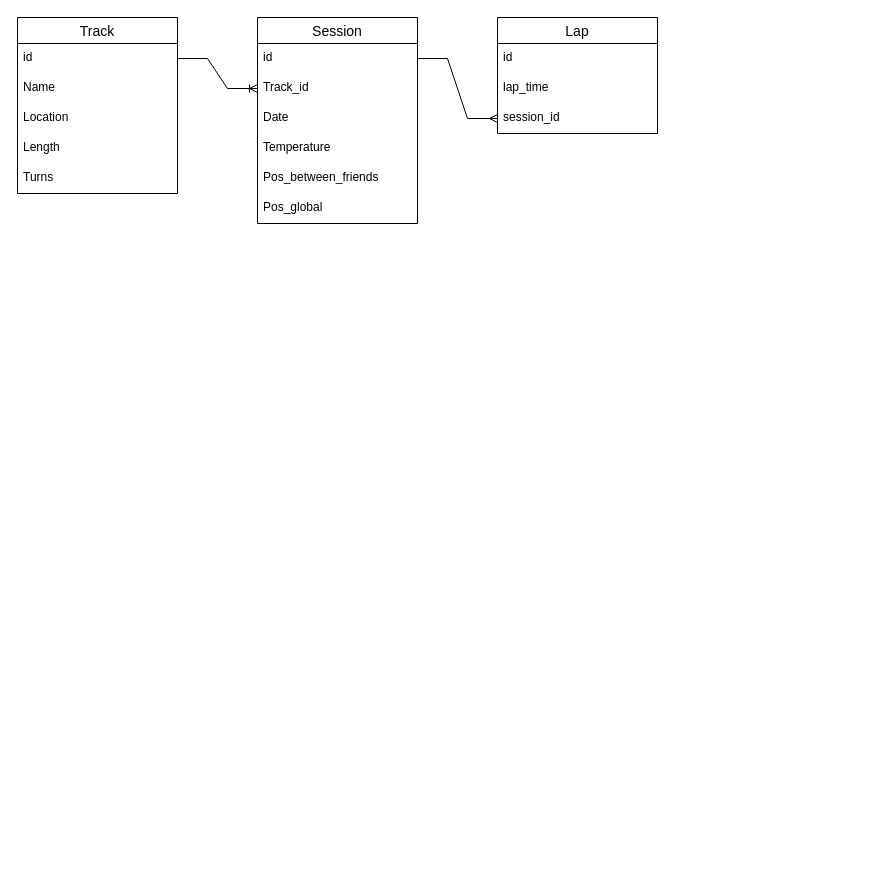
Above: Esquemas/tablas.drawio in AlanLlorente/karting_stats (draw.io), before the change. Source tidied: cells renumbered, new cells numbered last; positions are measured from the earlier drawing's top-left corner, leaving out a move shared by most shapes. Both pictures are drawn from the tidied source at 100%, with x=0, y=0 at pixel (17, 17).
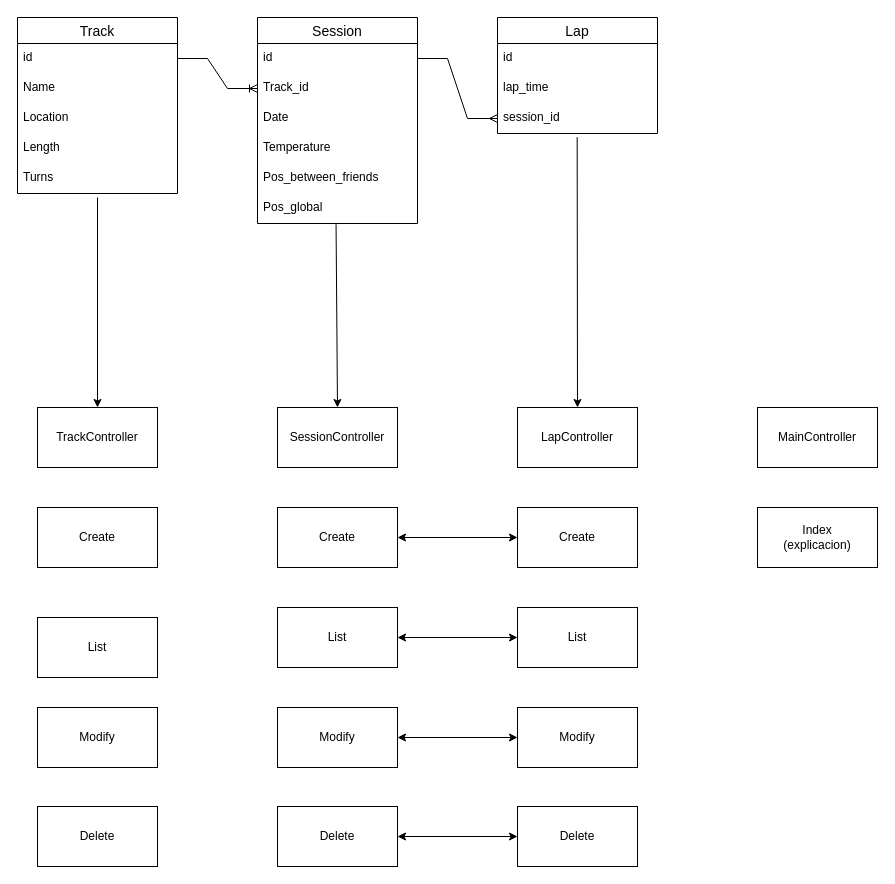
After the change.

Unchanged cells that the change refers to:
```xml
<mxCell id="14" value="Pos_global" style="text;strokeColor=none;fillColor=none;spacingLeft=4;spacingRight=4;overflow=hidden;points=[[0,0.5],[1,0.5]];portConstraint=eastwest;fontSize=12;" parent="8" vertex="1">
  <mxGeometry y="176" width="160" height="30" as="geometry" />
</mxCell>
<mxCell id="19" value="session_id" style="text;strokeColor=none;fillColor=none;spacingLeft=4;spacingRight=4;overflow=hidden;points=[[0,0.5],[1,0.5]];portConstraint=eastwest;fontSize=12;" parent="16" vertex="1">
  <mxGeometry y="86" width="160" height="30" as="geometry" />
</mxCell>
```

The edit, as a diff of the source:
```diff
@@
+    <mxCell id="21" style="endArrow=classic;html=1;rounded=0;" parent="1" edge="1" target="22">
+      <mxGeometry relative="1" as="geometry">
+        <mxPoint x="80" y="180" as="sourcePoint" />
+      </mxGeometry>
+    </mxCell>
+    <mxCell id="22" value="TrackController" style="rounded=0;whiteSpace=wrap;html=1;" parent="1" vertex="1">
+      <mxGeometry x="20" y="390" width="120" height="60" as="geometry" />
+    </mxCell>
+    <mxCell id="23" style="endArrow=classic;html=1;rounded=0;exitX=0.491;exitY=1.025;exitDx=0;exitDy=0;exitPerimeter=0;entryX=0.5;entryY=0;entryDx=0;entryDy=0;" parent="1" edge="1" source="14" target="24">
+      <mxGeometry relative="1" as="geometry" />
+    </mxCell>
+    <mxCell id="24" value="SessionController" style="rounded=0;whiteSpace=wrap;html=1;" parent="1" vertex="1">
+      <mxGeometry x="260" y="390" width="120" height="60" as="geometry" />
+    </mxCell>
+    <mxCell id="25" style="endArrow=classic;html=1;rounded=0;exitX=0.498;exitY=1.124;exitDx=0;exitDy=0;exitPerimeter=0;entryX=0.5;entryY=0;entryDx=0;entryDy=0;" parent="1" edge="1" source="19" target="26">
+      <mxGeometry relative="1" as="geometry" />
+    </mxCell>
+    <mxCell id="26" value="LapController" style="rounded=0;whiteSpace=wrap;html=1;" parent="1" vertex="1">
+      <mxGeometry x="500" y="390" width="120" height="60" as="geometry" />
+    </mxCell>
+    <mxCell id="27" value="MainController" style="rounded=0;whiteSpace=wrap;html=1;" parent="1" vertex="1">
+      <mxGeometry x="740" y="390" width="120" height="60" as="geometry" />
+    </mxCell>
+    <mxCell id="28" value="Index&lt;br&gt;(explicacion)" style="rounded=0;whiteSpace=wrap;html=1;" parent="1" vertex="1">
+      <mxGeometry x="740" y="490" width="120" height="60" as="geometry" />
+    </mxCell>
+    <mxCell id="29" value="Create" style="rounded=0;whiteSpace=wrap;html=1;" parent="1" vertex="1">
+      <mxGeometry x="500" y="490" width="120" height="60" as="geometry" />
+    </mxCell>
+    <mxCell id="30" value="List" style="rounded=0;whiteSpace=wrap;html=1;" parent="1" vertex="1">
+      <mxGeometry x="500" y="590" width="120" height="60" as="geometry" />
+    </mxCell>
+    <mxCell id="31" value="Modify" style="rounded=0;whiteSpace=wrap;html=1;" parent="1" vertex="1">
+      <mxGeometry x="500" y="690" width="120" height="60" as="geometry" />
+    </mxCell>
+    <mxCell id="32" value="Create" style="rounded=0;whiteSpace=wrap;html=1;" parent="1" vertex="1">
+      <mxGeometry x="260" y="490" width="120" height="60" as="geometry" />
+    </mxCell>
+    <mxCell id="33" value="List" style="rounded=0;whiteSpace=wrap;html=1;" parent="1" vertex="1">
+      <mxGeometry x="260" y="590" width="120" height="60" as="geometry" />
+    </mxCell>
+    <mxCell id="34" style="endArrow=classic;startArrow=classic;html=1;rounded=0;exitX=1;exitY=0.5;exitDx=0;exitDy=0;entryX=0;entryY=0.5;entryDx=0;entryDy=0;" parent="1" edge="1" source="33" target="30">
+      <mxGeometry relative="1" as="geometry" />
+    </mxCell>
+    <mxCell id="35" style="endArrow=classic;startArrow=classic;html=1;rounded=0;exitX=1;exitY=0.5;exitDx=0;exitDy=0;entryX=0;entryY=0.5;entryDx=0;entryDy=0;" parent="1" edge="1" source="32" target="29">
+      <mxGeometry relative="1" as="geometry" />
+    </mxCell>
+    <mxCell id="36" value="Delete" style="rounded=0;whiteSpace=wrap;html=1;" parent="1" vertex="1">
+      <mxGeometry x="500" y="789" width="120" height="60" as="geometry" />
+    </mxCell>
+    <mxCell id="37" value="Modify" style="rounded=0;whiteSpace=wrap;html=1;" parent="1" vertex="1">
+      <mxGeometry x="260" y="690" width="120" height="60" as="geometry" />
+    </mxCell>
+    <mxCell id="38" value="Delete" style="rounded=0;whiteSpace=wrap;html=1;" parent="1" vertex="1">
+      <mxGeometry x="260" y="789" width="120" height="60" as="geometry" />
+    </mxCell>
+    <mxCell id="39" style="endArrow=classic;startArrow=classic;html=1;rounded=0;exitX=1;exitY=0.5;exitDx=0;exitDy=0;entryX=0;entryY=0.5;entryDx=0;entryDy=0;" parent="1" edge="1" source="37" target="31">
+      <mxGeometry relative="1" as="geometry" />
+    </mxCell>
+    <mxCell id="40" style="endArrow=classic;startArrow=classic;html=1;rounded=0;exitX=1;exitY=0.5;exitDx=0;exitDy=0;" parent="1" edge="1" source="38" target="36">
+      <mxGeometry relative="1" as="geometry" />
+    </mxCell>
+    <mxCell id="41" value="Create" style="rounded=0;whiteSpace=wrap;html=1;" parent="1" vertex="1">
+      <mxGeometry x="20" y="490" width="120" height="60" as="geometry" />
+    </mxCell>
+    <mxCell id="42" value="List" style="rounded=0;whiteSpace=wrap;html=1;" parent="1" vertex="1">
+      <mxGeometry x="20" y="600" width="120" height="60" as="geometry" />
+    </mxCell>
+    <mxCell id="43" value="Modify" style="rounded=0;whiteSpace=wrap;html=1;" parent="1" vertex="1">
+      <mxGeometry x="20" y="690" width="120" height="60" as="geometry" />
+    </mxCell>
+    <mxCell id="44" value="Delete" style="rounded=0;whiteSpace=wrap;html=1;" parent="1" vertex="1">
+      <mxGeometry x="20" y="789" width="120" height="60" as="geometry" />
+    </mxCell>
```
